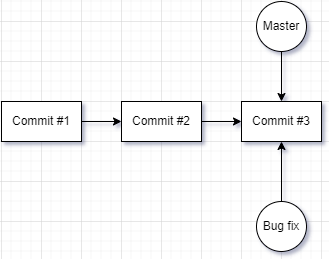
braboj/tutorial-git keeps this draw.io diagram as Assets/images/git-branch-new.png. Above is the earlier version. Source tidied: cells renumbered, new cells last; positions are measured from the earlier drawing's top-left corner, leaving out a move shared by most shapes.
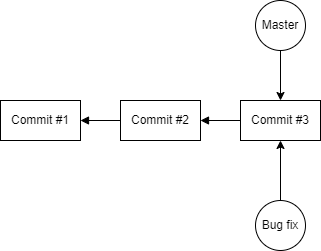
The same file after the commit.

The edit, as a diff of the source:
```diff
@@ -2,13 +2,13 @@
   <root>
     <mxCell id="0" />
     <mxCell id="1" parent="0" />
-    <mxCell id="2" style="edgeStyle=orthogonalEdgeStyle;rounded=0;jettySize=auto;html=1;entryX=0;entryY=0.5;entryDx=0;entryDy=0;" parent="1" edge="1" source="3" target="5">
+    <mxCell id="2" style="edgeStyle=orthogonalEdgeStyle;rounded=0;jettySize=auto;html=1;entryX=0;entryY=0.5;entryDx=0;entryDy=0;endArrow=none;endFill=0;startArrow=block;startFill=1;" parent="1" edge="1" source="3" target="5">
       <mxGeometry relative="1" as="geometry" />
     </mxCell>
     <mxCell id="3" value="Commit #1" style="rounded=0;whiteSpace=wrap;html=1;" parent="1" vertex="1">
       <mxGeometry y="100" width="80" height="40" as="geometry" />
     </mxCell>
-    <mxCell id="4" style="edgeStyle=orthogonalEdgeStyle;rounded=0;jettySize=auto;html=1;" parent="1" edge="1" source="5" target="6">
+    <mxCell id="4" style="edgeStyle=orthogonalEdgeStyle;rounded=0;jettySize=auto;html=1;endArrow=none;endFill=0;startArrow=block;startFill=1;" parent="1" edge="1" source="5" target="6">
       <mxGeometry relative="1" as="geometry" />
     </mxCell>
     <mxCell id="5" value="Commit #2" style="rounded=0;whiteSpace=wrap;html=1;" parent="1" vertex="1">
```
